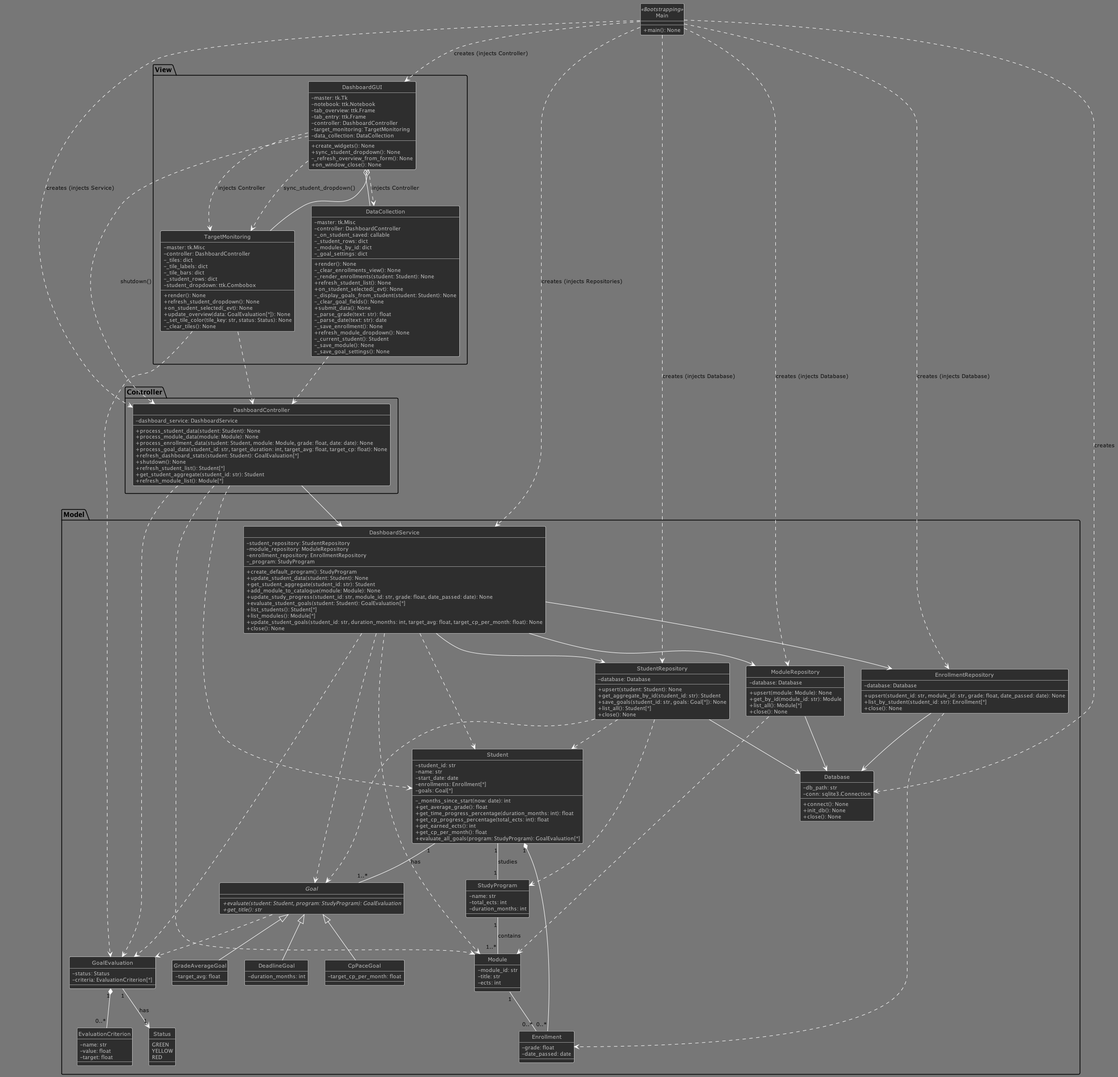
This is out/EntidyUML/DashboardUML_MVC_StrictDI.png from peter-wolf72/IU-Dashboard, a PlantUML export, as it was before one commit.
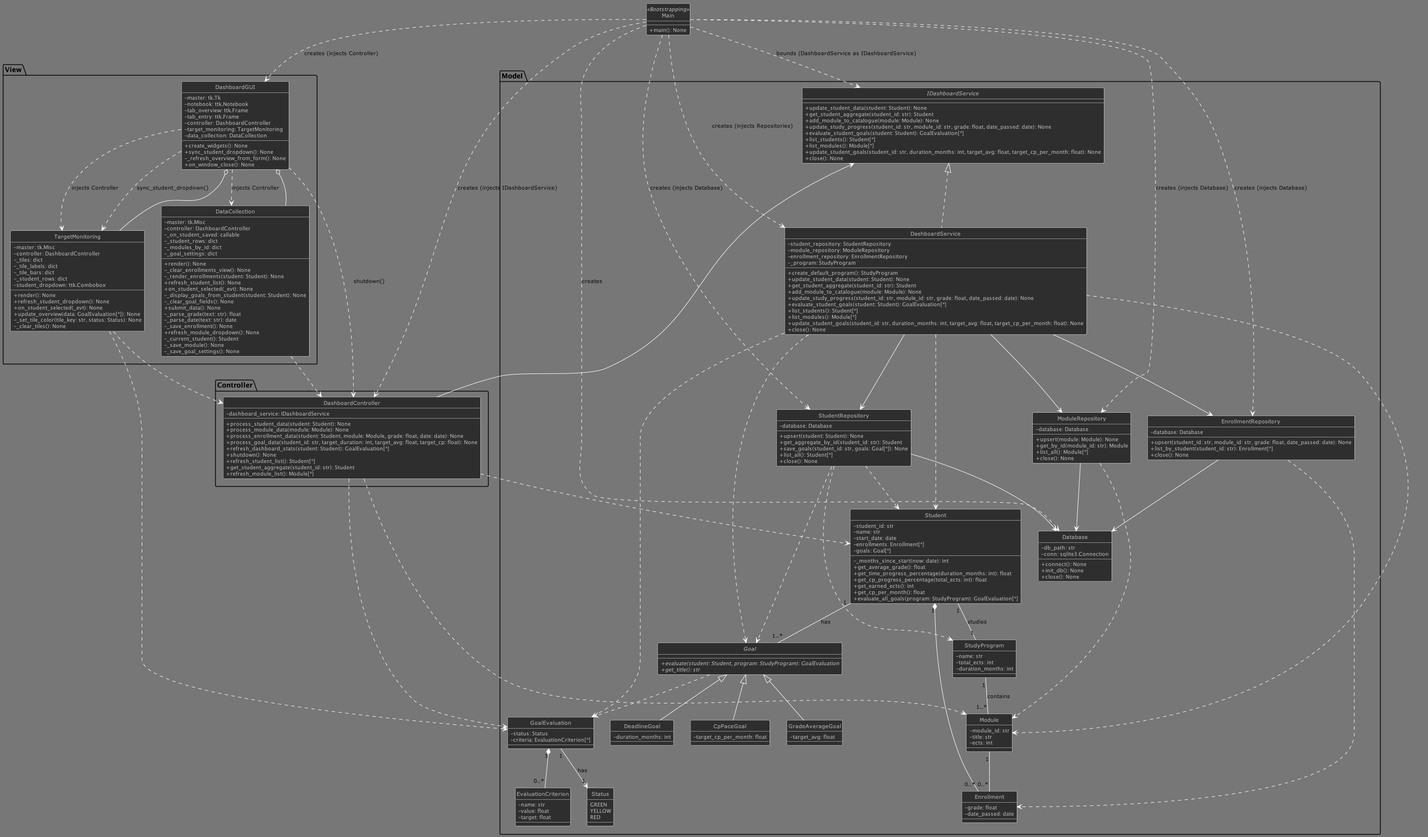
After the commit.

What changed in the source:
```diff
@@ -94,6 +94,18 @@
   }
   Goal <|-- CpPaceGoal
 
+  interface IDashboardService {
+    +update_student_data(student: Student): None
+    +get_student_aggregate(student_id: str): Student
+    +add_module_to_catalogue(module: Module): None
+    +update_study_progress(student_id: str, module_id: str, grade: float, date_passed: date): None
+    +evaluate_student_goals(student: Student): GoalEvaluation[*]
+    +list_students(): Student[*]
+    +list_modules(): Module[*]
+    +update_student_goals(student_id: str, duration_months: int, target_avg: float, target_cp_per_month: float): None
+    +close(): None
+  }
+
   class DashboardService {
     -student_repository: StudentRepository
     -module_repository: ModuleRepository
@@ -111,6 +123,9 @@
     +update_student_goals(student_id: str, duration_months: int, target_avg: float, target_cp_per_month: float): None
     +close(): None
   }
+
+  IDashboardService <|.. DashboardService
+
   together {
     class Database {
       -db_path: str
@@ -166,7 +181,7 @@
 
 package "Controller" {
   class DashboardController {
-    -dashboard_service: DashboardService
+    -dashboard_service: IDashboardService
 
     +process_student_data(student: Student): None
     +process_module_data(module: Module): None
@@ -178,7 +193,7 @@
     +get_student_aggregate(student_id: str): Student
     +refresh_module_list(): Module[*]
   }
-  DashboardController --> DashboardService
+  DashboardController --> IDashboardService
   DashboardController ..> GoalEvaluation
   DashboardController ..> Student
   DashboardController ..> Module
@@ -256,11 +271,12 @@
 }
 
 Main ..> Database : creates
-Main ..> StudentRepository : creates (injects Database)
 Main ..> ModuleRepository : creates (injects Database)
-Main ..> EnrollmentRepository : creates (injects Database)
+Main .right.> EnrollmentRepository : creates (injects Database)
+Main .left.> StudentRepository : creates (injects Database)
 Main ..> DashboardService : creates (injects Repositories)
-Main ..> DashboardController : creates (injects Service)
+Main ..> IDashboardService : bounds (DashboardService as IDashboardService)
+Main ..> DashboardController : creates (injects IDashboardService)
 Main ..> DashboardGUI : creates (injects Controller)
 
 
```
